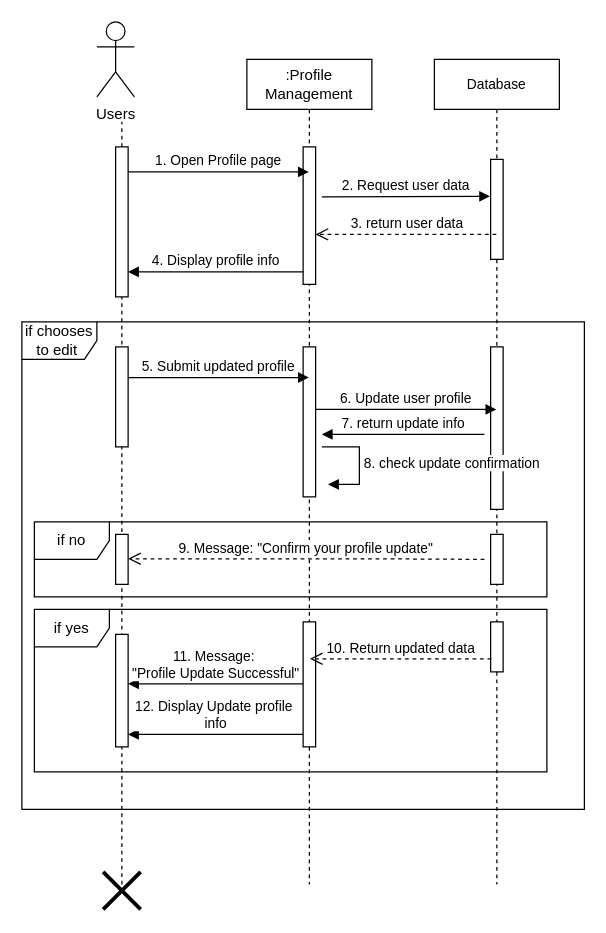
shamim36/Final-Defence-Diagram keeps this draw.io diagram as page "Profile Management" (5 of 15) of Sequence Diagram.drawio. Above is the earlier version. Source tidied: cells renumbered, new cells numbered last; positions are measured from the earlier drawing's top-left corner, leaving out a move shared by most shapes. Both pictures are drawn from the tidied source at 125%, with x=0, y=0 at pixel (21, 21).
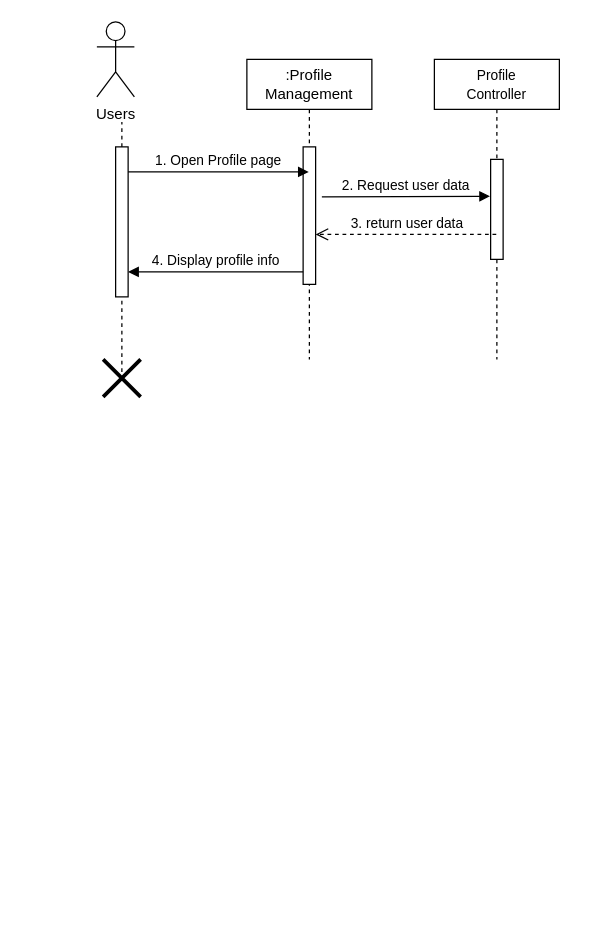
The same page after the edit.

The change refers to these unchanged cells:
```xml
<mxCell id="9" style="html=1;points=[[0,0,0,0,5],[0,1,0,0,-5],[1,0,0,0,5],[1,1,0,0,-5]];perimeter=orthogonalPerimeter;outlineConnect=0;targetShapes=umlLifeline;portConstraint=eastwest;newEdgeStyle={&quot;curved&quot;:0,&quot;rounded&quot;:0};" parent="1" vertex="1">
  <mxGeometry x="75" y="100" width="10" height="120" as="geometry" />
</mxCell>
```

What changed in the source:
```diff
@@
     <mxCell id="2" value=":Profile Management" style="shape=umlLifeline;perimeter=lifelinePerimeter;whiteSpace=wrap;html=1;newEdgeStyle={&quot;edgeStyle&quot;:&quot;elbowEdgeStyle&quot;,&quot;elbow&quot;:&quot;vertical&quot;,&quot;curved&quot;:0,&quot;rounded&quot;:0};" parent="1" vertex="1">
-      <mxGeometry x="180" y="30" width="100" height="660" as="geometry" />
+      <mxGeometry x="180" y="30" width="100" height="240" as="geometry" />
     </mxCell>
@@
-    <mxCell id="4" value="&lt;font style=&quot;font-size: 11px;&quot;&gt;Database&lt;/font&gt;" style="shape=umlLifeline;perimeter=lifelinePerimeter;whiteSpace=wrap;html=1;outlineConnect=0;portConstraint=eastwest;newEdgeStyle={&quot;edgeStyle&quot;:&quot;elbowEdgeStyle&quot;,&quot;elbow&quot;:&quot;vertical&quot;,&quot;curved&quot;:0,&quot;rounded&quot;:0};" parent="1" vertex="1">
-      <mxGeometry x="330" y="30" width="100" height="660" as="geometry" />
+    <mxCell id="4" value="&lt;font style=&quot;font-size: 11px;&quot;&gt;Profile&lt;/font&gt;&lt;div&gt;&lt;font style=&quot;font-size: 11px;&quot;&gt;Controller&lt;/font&gt;&lt;/div&gt;" style="shape=umlLifeline;perimeter=lifelinePerimeter;whiteSpace=wrap;html=1;outlineConnect=0;portConstraint=eastwest;newEdgeStyle={&quot;edgeStyle&quot;:&quot;elbowEdgeStyle&quot;,&quot;elbow&quot;:&quot;vertical&quot;,&quot;curved&quot;:0,&quot;rounded&quot;:0};" parent="1" vertex="1">
+      <mxGeometry x="330" y="30" width="100" height="240" as="geometry" />
     </mxCell>
@@
     <mxCell id="8" style="endArrow=none;dashed=1;html=1;rounded=0;" parent="1" edge="1" target="9">
       <mxGeometry relative="1" as="geometry">
-        <mxPoint x="80" y="690" as="sourcePoint" />
+        <mxPoint x="80" y="280" as="sourcePoint" />
       </mxGeometry>
     </mxCell>
@@
-    <mxCell id="14" value="if chooses to edit&amp;nbsp;" style="shape=umlFrame;whiteSpace=wrap;html=1;" parent="1" vertex="1">
-      <mxGeometry y="240" width="450" height="390" as="geometry" />
-    </mxCell>
-    <mxCell id="15" style="html=1;perimeter=orthogonalPerimeter;targetShapes=umlLifeline;newEdgeStyle={&quot;curved&quot;:0,&quot;rounded&quot;:0};" parent="1" vertex="1">
-      <mxGeometry x="75" y="260" width="10" height="80" as="geometry" />
-    </mxCell>
-    <mxCell id="16" style="html=1;perimeter=orthogonalPerimeter;targetShapes=umlLifeline;newEdgeStyle={&quot;curved&quot;:0,&quot;rounded&quot;:0};" parent="1" vertex="1">
-      <mxGeometry x="225" y="260" width="10" height="120" as="geometry" />
-    </mxCell>
-    <mxCell id="17" style="html=1;perimeter=orthogonalPerimeter;targetShapes=umlLifeline;newEdgeStyle={&quot;curved&quot;:0,&quot;rounded&quot;:0};" parent="1" vertex="1">
-      <mxGeometry x="375" y="260" width="10" height="130" as="geometry" />
-    </mxCell>
-    <mxCell id="18" value="5. Submit updated profile" style="html=1;verticalAlign=bottom;endArrow=block;curved=0;rounded=0;" parent="1" edge="1">
-      <mxGeometry relative="1" as="geometry">
-        <mxPoint x="85" y="284.5" as="sourcePoint" />
-        <mxPoint x="229.5" y="284.5" as="targetPoint" />
-      </mxGeometry>
-    </mxCell>
-    <mxCell id="19" value="6. Update user profile" style="html=1;verticalAlign=bottom;endArrow=block;curved=0;rounded=0;" parent="1" edge="1">
-      <mxGeometry relative="1" as="geometry">
-        <mxPoint x="235" y="310" as="sourcePoint" />
-        <mxPoint x="379.5" y="310" as="targetPoint" />
-      </mxGeometry>
-    </mxCell>
-    <mxCell id="20" style="html=1;perimeter=orthogonalPerimeter;targetShapes=umlLifeline;newEdgeStyle={&quot;curved&quot;:0,&quot;rounded&quot;:0};" parent="1" vertex="1">
-      <mxGeometry x="375" y="410" width="10" height="40" as="geometry" />
-    </mxCell>
-    <mxCell id="21" value="8. check update confirmation" style="html=1;align=left;spacingLeft=2;endArrow=block;rounded=0;edgeStyle=orthogonalEdgeStyle;curved=0;rounded=0;" parent="1" edge="1">
-      <mxGeometry relative="1" as="geometry">
-        <mxPoint x="240" y="340" as="sourcePoint" />
-        <mxPoint x="245" y="370" as="targetPoint" />
-        <Array as="points">
-          <mxPoint x="270" y="370" />
-        </Array>
-      </mxGeometry>
-    </mxCell>
-    <mxCell id="22" value="if no" style="shape=umlFrame;whiteSpace=wrap;html=1;" parent="1" vertex="1">
-      <mxGeometry x="10" y="400" width="410" height="60" as="geometry" />
-    </mxCell>
-    <mxCell id="23" style="html=1;points=[[0,0,0,0,5],[0,1,0,0,-5],[1,0,0,0,5],[1,1,0,0,-5]];perimeter=orthogonalPerimeter;outlineConnect=0;targetShapes=umlLifeline;portConstraint=eastwest;newEdgeStyle={&quot;curved&quot;:0,&quot;rounded&quot;:0};" parent="1" vertex="1">
-      <mxGeometry x="75" y="410" width="10" height="40" as="geometry" />
-    </mxCell>
-    <mxCell id="24" value="9. Message: &quot;Confirm your profile update&quot;" style="html=1;verticalAlign=bottom;endArrow=open;dashed=1;endSize=8;curved=0;rounded=0;" parent="1" edge="1" target="23">
-      <mxGeometry relative="1" as="geometry">
-        <mxPoint x="370" y="430" as="sourcePoint" />
-        <Array as="points">
-          <mxPoint x="275" y="429.5" />
-        </Array>
-      </mxGeometry>
-    </mxCell>
-    <mxCell id="25" value="if yes" style="shape=umlFrame;whiteSpace=wrap;html=1;" parent="1" vertex="1">
-      <mxGeometry x="10" y="470" width="410" height="130" as="geometry" />
-    </mxCell>
-    <mxCell id="26" style="html=1;perimeter=orthogonalPerimeter;targetShapes=umlLifeline;newEdgeStyle={&quot;curved&quot;:0,&quot;rounded&quot;:0};" parent="1" vertex="1">
-      <mxGeometry x="375" y="480" width="10" height="40" as="geometry" />
-    </mxCell>
-    <mxCell id="27" style="html=1;perimeter=orthogonalPerimeter;targetShapes=umlLifeline;newEdgeStyle={&quot;curved&quot;:0,&quot;rounded&quot;:0};" parent="1" vertex="1">
-      <mxGeometry x="75" y="490" width="10" height="90" as="geometry" />
-    </mxCell>
-    <mxCell id="28" style="html=1;perimeter=orthogonalPerimeter;targetShapes=umlLifeline;newEdgeStyle={&quot;curved&quot;:0,&quot;rounded&quot;:0};" parent="1" vertex="1">
-      <mxGeometry x="225" y="480" width="10" height="100" as="geometry" />
-    </mxCell>
-    <mxCell id="29" value="10. Return updated data" style="html=1;verticalAlign=bottom;endArrow=open;dashed=1;endSize=8;curved=0;rounded=0;" parent="1" edge="1">
-      <mxGeometry relative="1" as="geometry">
-        <mxPoint x="375.5" y="509.5" as="sourcePoint" />
-        <mxPoint x="230.5" y="509.5" as="targetPoint" />
-        <Array as="points">
-          <mxPoint x="285.5" y="509.5" />
-        </Array>
-      </mxGeometry>
-    </mxCell>
-    <mxCell id="30" value="11. Message:&amp;nbsp;&lt;div&gt;&quot;Profile Update Successful&quot;&lt;/div&gt;" style="html=1;verticalAlign=bottom;endArrow=block;curved=0;rounded=0;" parent="1" edge="1">
-      <mxGeometry relative="1" as="geometry">
-        <mxPoint x="225" y="529.5" as="sourcePoint" />
-        <mxPoint x="85" y="529.5" as="targetPoint" />
-      </mxGeometry>
-    </mxCell>
-    <mxCell id="31" value="12. Display Update profile&amp;nbsp;&lt;div&gt;info&lt;/div&gt;" style="html=1;verticalAlign=bottom;endArrow=block;curved=0;rounded=0;" parent="1" edge="1">
-      <mxGeometry relative="1" as="geometry">
-        <mxPoint x="225" y="570" as="sourcePoint" />
-        <mxPoint x="85" y="570" as="targetPoint" />
-      </mxGeometry>
-    </mxCell>
     <mxCell id="32" style="shape=umlDestroy;whiteSpace=wrap;html=1;strokeWidth=3;targetShapes=umlLifeline;" parent="1" vertex="1">
-      <mxGeometry x="65" y="680" width="30" height="30" as="geometry" />
+      <mxGeometry x="65" y="270" width="30" height="30" as="geometry" />
     </mxCell>
-    <mxCell id="33" value="7. return update info" style="html=1;verticalAlign=bottom;endArrow=block;curved=0;rounded=0;" parent="1" edge="1">
-      <mxGeometry relative="1" as="geometry">
-        <mxPoint x="370" y="330" as="sourcePoint" />
-        <mxPoint x="240" y="330" as="targetPoint" />
-      </mxGeometry>
-    </mxCell>
```
